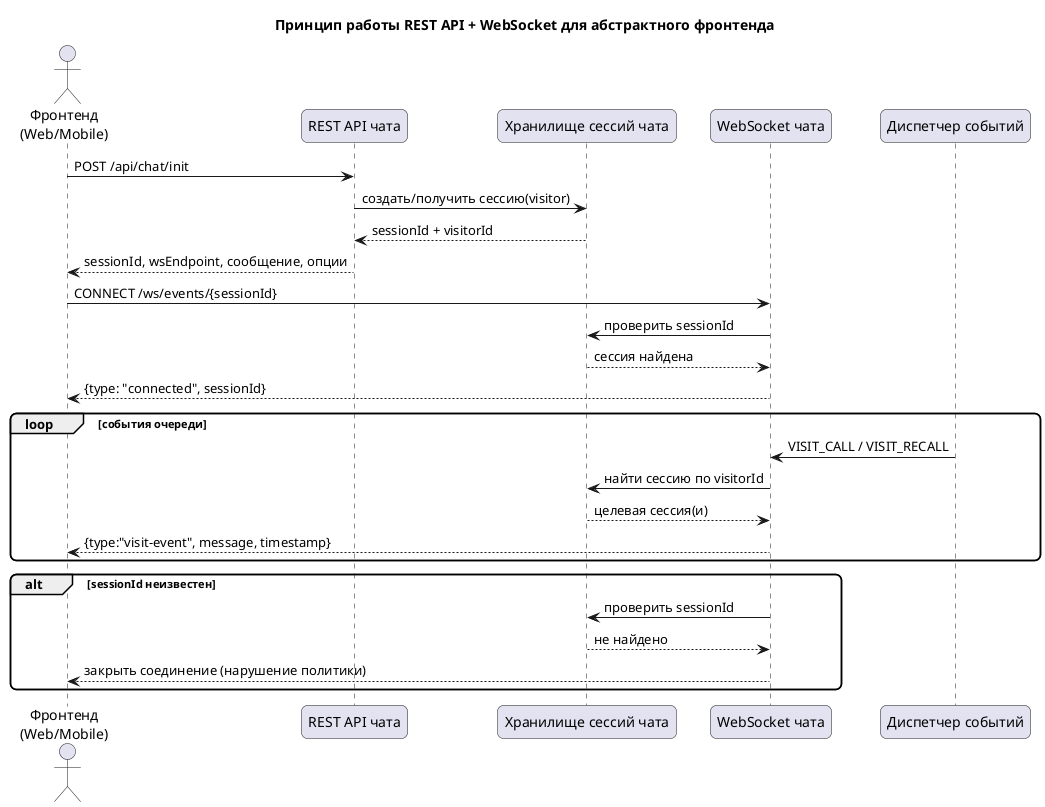
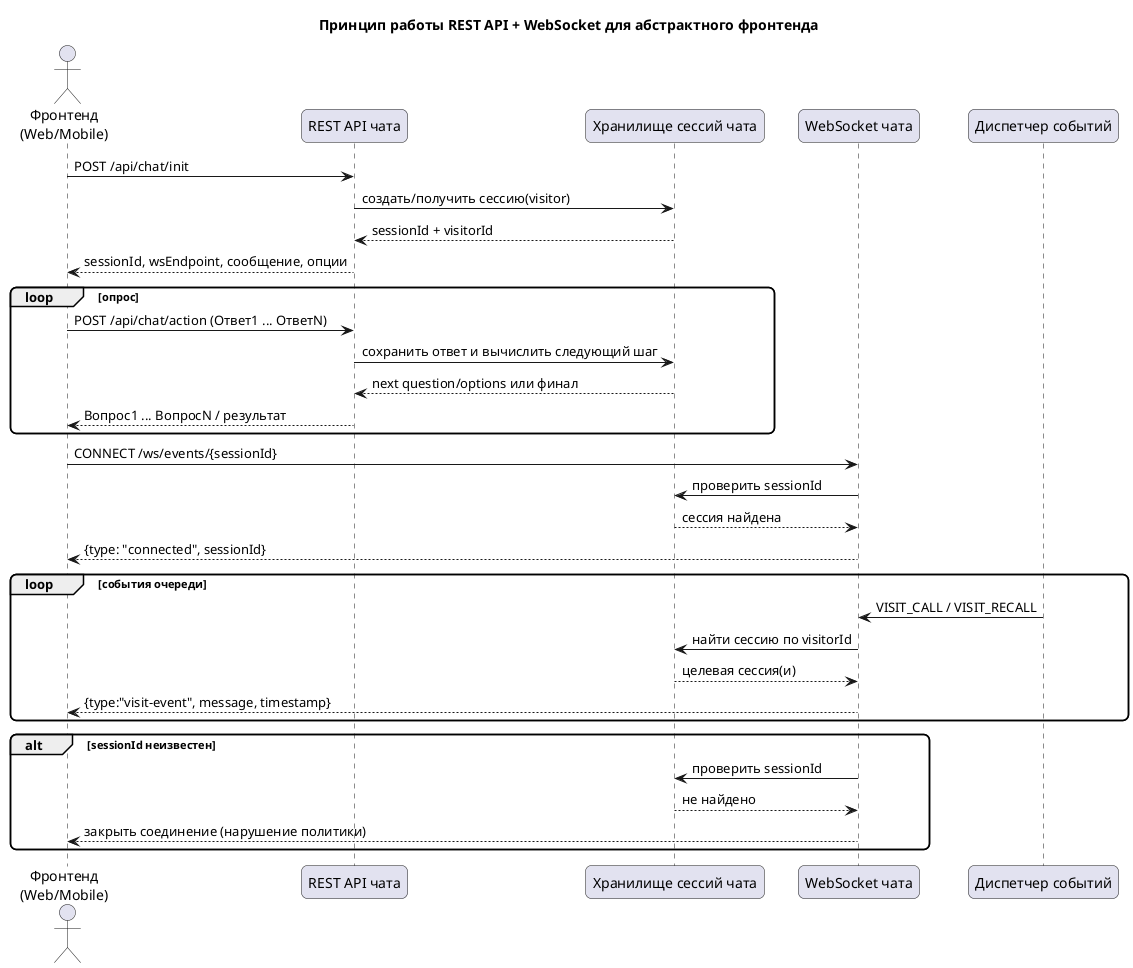
@startuml
skinparam backgroundColor #FFFFFF
skinparam shadowing false
skinparam roundcorner 12
title Принцип работы REST API + WebSocket для абстрактного фронтенда

actor "Фронтенд\n(Web/Mobile)" as FE
participant "REST API чата" as API
participant "Хранилище сессий чата" as SESS
participant "WebSocket чата" as WS
participant "Диспетчер событий" as EVT

FE -> API: POST /api/chat/init
API -> SESS: создать/получить сессию(visitor)
SESS --> API: sessionId + visitorId
API --> FE: sessionId, wsEndpoint, сообщение, опции
+ 
+ 
+ loop опрос
+   FE -> API: POST /api/chat/action (Ответ1 ... ОтветN)
+   API -> SESS: сохранить ответ и вычислить следующий шаг
+   SESS --> API: next question/options или финал
+   API --> FE: Вопрос1 ... ВопросN / результат
+ end

FE -> WS: CONNECT /ws/events/{sessionId}
WS -> SESS: проверить sessionId
SESS --> WS: сессия найдена
WS --> FE: {type: "connected", sessionId}

loop события очереди
  EVT -> WS: VISIT_CALL / VISIT_RECALL
  WS -> SESS: найти сессию по visitorId
  SESS --> WS: целевая сессия(и)
  WS --> FE: {type:"visit-event", message, timestamp}
end

alt sessionId неизвестен
  WS -> SESS: проверить sessionId
  SESS --> WS: не найдено
  WS --> FE: закрыть соединение (нарушение политики)
end
@enduml
